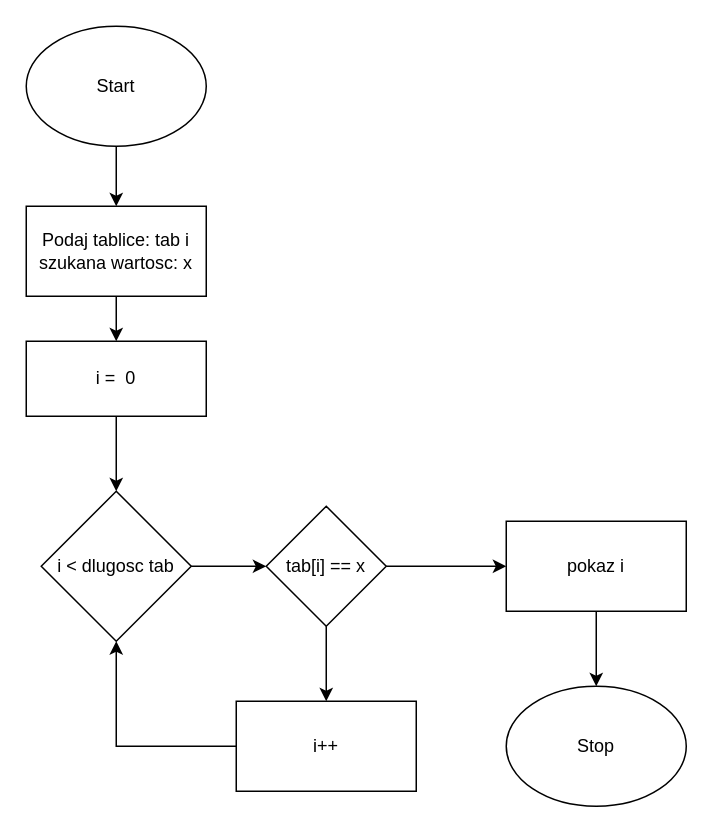
The draw.io diagram szuaknieelementotablicy.drawio in Fejbien/algorytmy, before the edit. Source tidied: cells renumbered, new cells numbered last; positions are measured from the earlier drawing's top-left corner, leaving out a move shared by most shapes. Both pictures are drawn from the tidied source at 150%, with x=0, y=0 at pixel (26, 26).
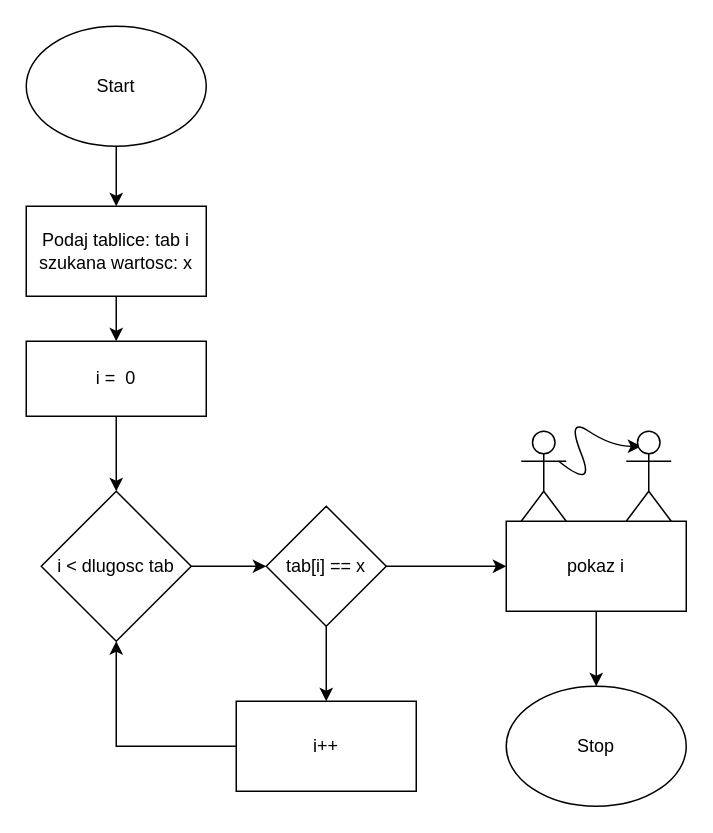
Above is the later version.

Change to the diagram source:
```diff
@@
+    <mxCell id="18" style="shape=umlActor;verticalLabelPosition=bottom;verticalAlign=top;html=1;" parent="1" vertex="1">
+      <mxGeometry x="330" y="270" width="30" height="60" as="geometry" />
+    </mxCell>
+    <mxCell id="19" style="curved=1;endArrow=classic;html=1;rounded=0;" parent="1" edge="1">
+      <mxGeometry relative="1" as="geometry">
+        <mxPoint x="355" y="290" as="sourcePoint" />
+        <mxPoint x="410" y="280" as="targetPoint" />
+        <Array as="points">
+          <mxPoint x="380" y="310" />
+          <mxPoint x="360" y="260" />
+          <mxPoint x="390" y="280" />
+        </Array>
+      </mxGeometry>
+    </mxCell>
+    <mxCell id="20" style="shape=umlActor;verticalLabelPosition=bottom;verticalAlign=top;html=1;" parent="1" vertex="1">
+      <mxGeometry x="400" y="270" width="30" height="60" as="geometry" />
+    </mxCell>
```
